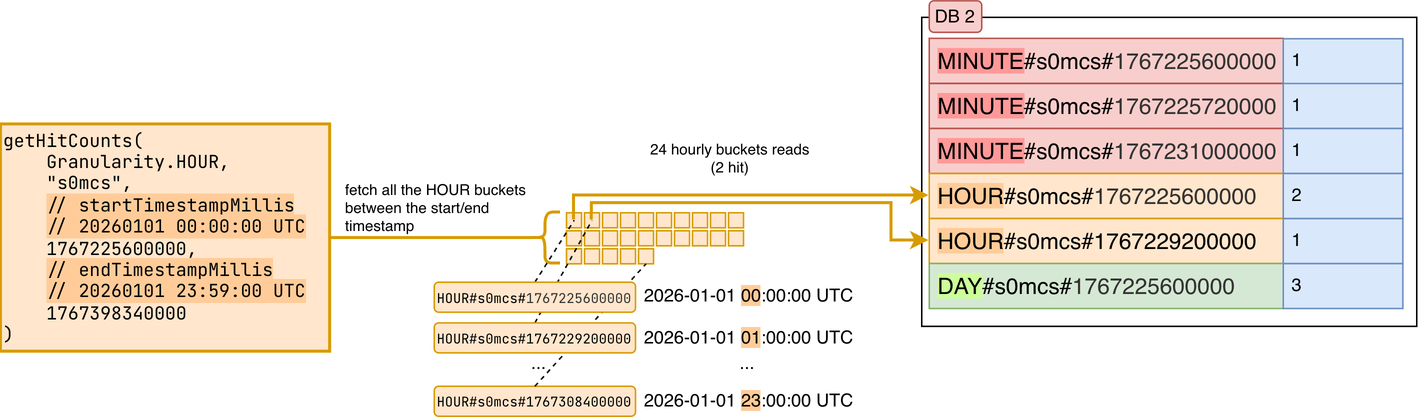
The draw.io diagram course-material/assets/module5/images/hourlyfetch.png in SonahLab/twitch-chat-hit-counter, before a commit. Source tidied: cells renumbered, new cells last; positions are measured from the earlier drawing's top-left corner, leaving out a move shared by most shapes.
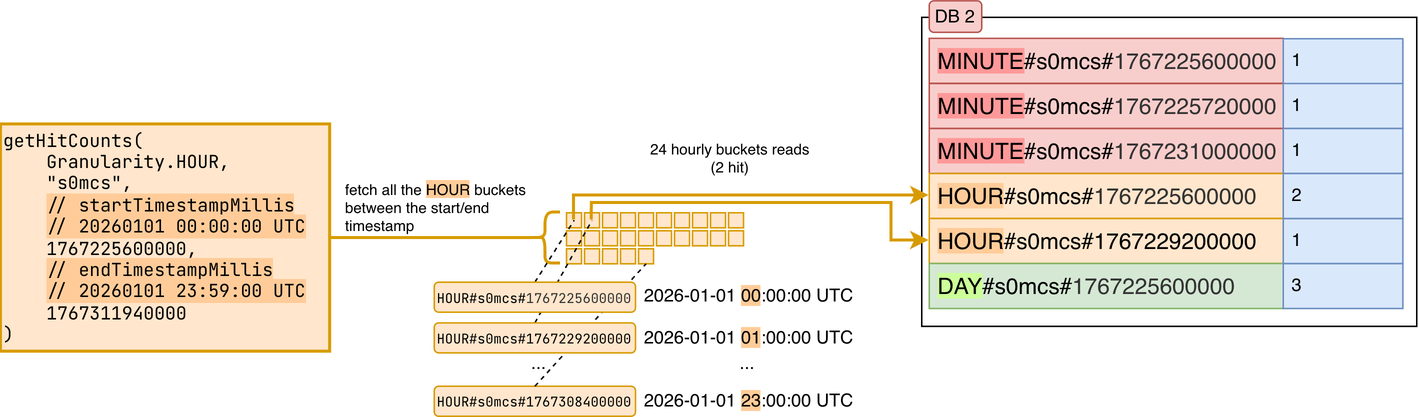
Later version of the same file.

Diff of the diagram source:
```diff
@@ -2,7 +2,7 @@
   <root>
     <mxCell id="0" />
     <mxCell id="1" parent="0" />
-    <mxCell id="2" value="&lt;font face=&quot;JetBrains Mono&quot;&gt;getHitCounts(&lt;/font&gt;&lt;div&gt;&lt;font face=&quot;JetBrains Mono&quot;&gt;&amp;nbsp; &amp;nbsp; &lt;span&gt;Granularity.HOUR&lt;/span&gt;,&lt;/font&gt;&lt;/div&gt;&lt;div&gt;&lt;font face=&quot;JetBrains Mono&quot;&gt;&amp;nbsp; &amp;nbsp; &quot;s0mcs&quot;,&lt;/font&gt;&lt;/div&gt;&lt;div&gt;&lt;font face=&quot;JetBrains Mono&quot;&gt;&amp;nbsp; &amp;nbsp; &lt;span style=&quot;background-color: rgb(255, 204, 153);&quot;&gt;// startTimestampMillis&lt;/span&gt;&lt;/font&gt;&lt;/div&gt;&lt;div&gt;&amp;nbsp; &amp;nbsp; &lt;span style=&quot;background-color: rgb(255, 204, 153);&quot;&gt;// 20260101 00:00:00 UTC&lt;/span&gt;&lt;/div&gt;&lt;div&gt;&lt;font face=&quot;JetBrains Mono&quot;&gt;&amp;nbsp; &amp;nbsp; 1767225600000,&lt;/font&gt;&lt;/div&gt;&lt;div&gt;&lt;font face=&quot;JetBrains Mono&quot;&gt;&amp;nbsp; &amp;nbsp; &lt;span style=&quot;background-color: rgb(255, 204, 153);&quot;&gt;// endTimestampMillis&lt;/span&gt;&lt;/font&gt;&lt;/div&gt;&lt;div&gt;&amp;nbsp; &amp;nbsp; &lt;span style=&quot;background-color: rgb(255, 204, 153);&quot;&gt;// 20260101 23:59:00 UTC&lt;/span&gt;&lt;/div&gt;&lt;div&gt;&lt;font face=&quot;JetBrains Mono&quot;&gt;&amp;nbsp; &amp;nbsp;&amp;nbsp;&lt;/font&gt;&lt;span style=&quot;background-color: transparent; color: light-dark(rgb(0, 0, 0), rgb(255, 255, 255));&quot;&gt;1767398340000&lt;/span&gt;&lt;/div&gt;&lt;div&gt;&lt;font face=&quot;JetBrains Mono&quot;&gt;)&lt;/font&gt;&lt;/div&gt;" style="rounded=0;whiteSpace=wrap;html=1;align=left;fontFamily=JetBrains Mono;fontSource=https%3A%2F%2Ffonts.googleapis.com%2Fcss%3Ffamily%3DJetBrains%2BMono;fillColor=#ffe6cc;strokeColor=#d79b00;strokeWidth=2;" parent="1" vertex="1">
+    <mxCell id="2" value="&lt;font face=&quot;JetBrains Mono&quot;&gt;getHitCounts(&lt;/font&gt;&lt;div&gt;&lt;font face=&quot;JetBrains Mono&quot;&gt;&amp;nbsp; &amp;nbsp; &lt;span&gt;Granularity.HOUR&lt;/span&gt;,&lt;/font&gt;&lt;/div&gt;&lt;div&gt;&lt;font face=&quot;JetBrains Mono&quot;&gt;&amp;nbsp; &amp;nbsp; &quot;s0mcs&quot;,&lt;/font&gt;&lt;/div&gt;&lt;div&gt;&lt;font face=&quot;JetBrains Mono&quot;&gt;&amp;nbsp; &amp;nbsp; &lt;span style=&quot;background-color: rgb(255, 204, 153);&quot;&gt;// startTimestampMillis&lt;/span&gt;&lt;/font&gt;&lt;/div&gt;&lt;div&gt;&amp;nbsp; &amp;nbsp; &lt;span style=&quot;background-color: rgb(255, 204, 153);&quot;&gt;// 20260101 00:00:00 UTC&lt;/span&gt;&lt;/div&gt;&lt;div&gt;&lt;font face=&quot;JetBrains Mono&quot;&gt;&amp;nbsp; &amp;nbsp; 1767225600000,&lt;/font&gt;&lt;/div&gt;&lt;div&gt;&lt;font face=&quot;JetBrains Mono&quot;&gt;&amp;nbsp; &amp;nbsp; &lt;span style=&quot;background-color: rgb(255, 204, 153);&quot;&gt;// endTimestampMillis&lt;/span&gt;&lt;/font&gt;&lt;/div&gt;&lt;div&gt;&amp;nbsp; &amp;nbsp; &lt;span style=&quot;background-color: rgb(255, 204, 153);&quot;&gt;// 20260101 23:59:00 UTC&lt;/span&gt;&lt;/div&gt;&lt;div&gt;&lt;font face=&quot;JetBrains Mono&quot;&gt;&amp;nbsp; &amp;nbsp;&amp;nbsp;&lt;/font&gt;&lt;span style=&quot;background-color: transparent;&quot;&gt;1767311940000&lt;/span&gt;&lt;/div&gt;&lt;div&gt;&lt;font face=&quot;JetBrains Mono&quot;&gt;)&lt;/font&gt;&lt;/div&gt;" style="rounded=0;whiteSpace=wrap;html=1;align=left;fontFamily=JetBrains Mono;fontSource=https%3A%2F%2Ffonts.googleapis.com%2Fcss%3Ffamily%3DJetBrains%2BMono;fillColor=#ffe6cc;strokeColor=#d79b00;strokeWidth=2;" parent="1" vertex="1">
       <mxGeometry x="0.3" y="82.6" width="219.5" height="151.5" as="geometry" />
     </mxCell>
     <mxCell id="3" style="rounded=0;whiteSpace=wrap;html=1;fillColor=#ffe6cc;strokeColor=#d79b00;" parent="1" vertex="1">
@@ -89,7 +89,7 @@
     <mxCell id="30" style="shape=curlyBracket;whiteSpace=wrap;html=1;rounded=1;labelPosition=left;verticalLabelPosition=middle;align=right;verticalAlign=middle;fillColor=#ffe6cc;strokeColor=#d79b00;strokeWidth=2;" parent="1" vertex="1">
       <mxGeometry x="353.3" y="141.4" width="20" height="34" as="geometry" />
     </mxCell>
-    <mxCell id="31" value="&lt;span style=&quot;color: rgb(0, 0, 0); font-family: Helvetica; font-style: normal; font-variant-ligatures: normal; font-variant-caps: normal; font-weight: 400; letter-spacing: normal; orphans: 2; text-align: center; text-indent: 0px; text-transform: none; widows: 2; word-spacing: 0px; -webkit-text-stroke-width: 0px; white-space: normal; text-decoration-thickness: initial; text-decoration-style: initial; text-decoration-color: initial; float: none; display: inline !important;&quot;&gt;fetch all the HOUR buckets between the start/end timestamp&lt;/span&gt;" style="text;whiteSpace=wrap;html=1;fontSize=10;" parent="1" vertex="1">
+    <mxCell id="31" value="&lt;span style=&quot;color: rgb(0, 0, 0); font-family: Helvetica; font-style: normal; font-variant-ligatures: normal; font-variant-caps: normal; font-weight: 400; letter-spacing: normal; orphans: 2; text-align: center; text-indent: 0px; text-transform: none; widows: 2; word-spacing: 0px; -webkit-text-stroke-width: 0px; white-space: normal; text-decoration-thickness: initial; text-decoration-style: initial; text-decoration-color: initial; float: none; display: inline !important;&quot;&gt;fetch all the &lt;span style=&quot;background-color: rgb(255, 204, 153);&quot;&gt;HOUR&lt;/span&gt; buckets between the start/end timestamp&lt;/span&gt;" style="text;whiteSpace=wrap;html=1;fontSize=10;" parent="1" vertex="1">
       <mxGeometry x="228.1" y="113.4" width="130" height="40" as="geometry" />
     </mxCell>
     <mxCell id="32" value="2026-01-01 &lt;span style=&quot;background-color: rgb(255, 204, 153);&quot;&gt;00&lt;/span&gt;:&lt;span&gt;00&lt;/span&gt;:00 UTC" style="text;html=1;whiteSpace=wrap;strokeColor=none;fillColor=none;align=center;verticalAlign=middle;rounded=0;" parent="1" vertex="1">
```
